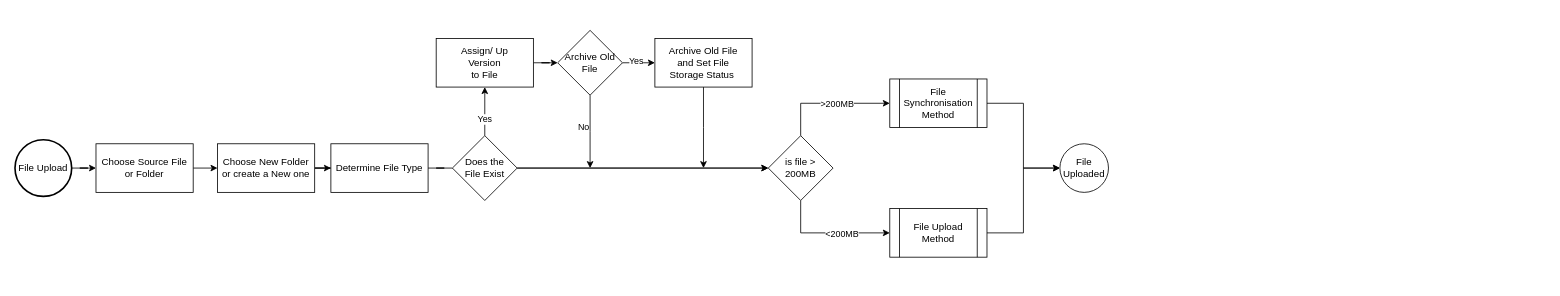
RichardHFerris/teststory keeps this draw.io diagram as Flow Chart - File Ingres.drawio. Above is the earlier version. Source tidied: cells renumbered, new cells numbered last; positions are measured from the earlier drawing's top-left corner, leaving out a move shared by most shapes. Both pictures are drawn from the tidied source at 81%, with x=0, y=0 at pixel (15, 30).
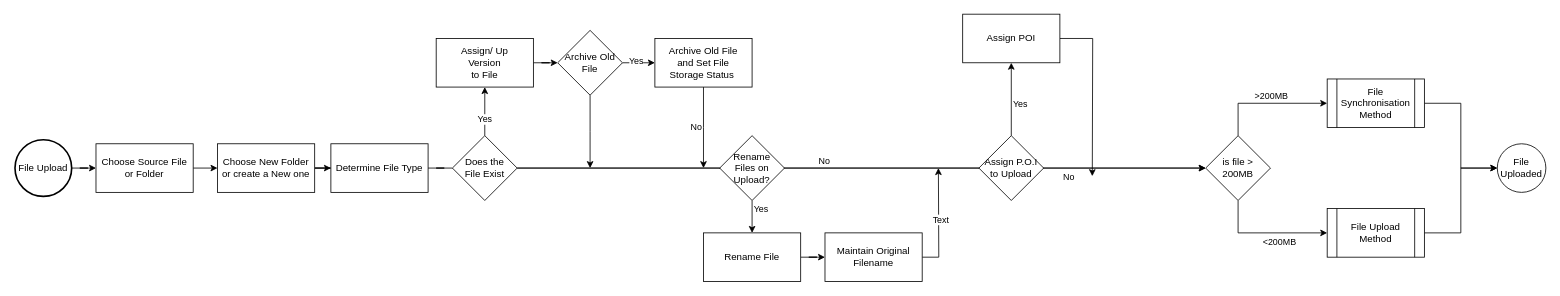
The same page after the edit.

Unchanged cells that the change refers to:
```xml
<mxCell id="3" style="edgeStyle=orthogonalEdgeStyle;rounded=0;jettySize=auto;html=1;exitX=0.5;exitY=0;exitDx=0;exitDy=0;entryX=0;entryY=0.5;entryDx=0;entryDy=0;" parent="1" edge="1" source="7" target="16">
  <mxGeometry relative="1" as="geometry" />
</mxCell>
<mxCell id="5" style="edgeStyle=orthogonalEdgeStyle;rounded=0;jettySize=auto;html=1;entryX=0;entryY=0.5;entryDx=0;entryDy=0;exitX=0.5;exitY=1;exitDx=0;exitDy=0;" parent="1" edge="1" source="7" target="18">
  <mxGeometry relative="1" as="geometry" />
</mxCell>
<mxCell id="26" value="Does the &lt;br&gt;File Exist" style="rhombus;whiteSpace=wrap;html=1;" parent="1" vertex="1">
  <mxGeometry x="540" y="130" width="80" height="80" as="geometry" />
</mxCell>
```

Change to the diagram source:
```diff
@@
     <mxCell id="4" value="&amp;gt;200MB" style="edgeLabel;html=1;align=center;verticalAlign=middle;" parent="3" vertex="1">
       <mxGeometry x="-0.19" y="-1" relative="1" as="geometry">
-        <mxPoint x="23" y="-1" as="offset" />
+        <mxPoint x="19" y="-11" as="offset" />
       </mxGeometry>
     </mxCell>
@@
     <mxCell id="6" value="&amp;lt;200MB" style="edgeLabel;html=1;align=center;verticalAlign=middle;" parent="5" vertex="1">
       <mxGeometry x="-0.05" y="-1" relative="1" as="geometry">
-        <mxPoint x="19" y="-1" as="offset" />
+        <mxPoint x="19" y="9" as="offset" />
       </mxGeometry>
     </mxCell>
     <mxCell id="7" value="is file &amp;gt; 200MB" style="rhombus;whiteSpace=wrap;html=1;" parent="1" vertex="1">
-      <mxGeometry x="930" y="130" width="80" height="80" as="geometry" />
+      <mxGeometry x="1470" y="130" width="80" height="80" as="geometry" />
     </mxCell>
@@
     <mxCell id="16" value="File Synchronisation Method" style="shape=process;whiteSpace=wrap;html=1;backgroundOutline=1;" parent="1" vertex="1">
-      <mxGeometry x="1080" y="60" width="120" height="60" as="geometry" />
+      <mxGeometry x="1620" y="60" width="120" height="60" as="geometry" />
     </mxCell>
@@
     <mxCell id="18" value="File Upload Method" style="shape=process;whiteSpace=wrap;html=1;backgroundOutline=1;" parent="1" vertex="1">
-      <mxGeometry x="1080" y="220" width="120" height="60" as="geometry" />
+      <mxGeometry x="1620" y="220" width="120" height="60" as="geometry" />
     </mxCell>
     <mxCell id="19" value="File Uploaded" style="ellipse;whiteSpace=wrap;html=1;" parent="1" vertex="1">
-      <mxGeometry x="1290" y="140" width="60" height="60" as="geometry" />
+      <mxGeometry x="1830" y="140" width="60" height="60" as="geometry" />
     </mxCell>
     <mxCell id="20" value="No" style="edgeStyle=orthogonalEdgeStyle;rounded=0;jettySize=auto;html=1;" parent="1" edge="1" source="26" target="7">
-      <mxGeometry x="-0.47" y="50" relative="1" as="geometry" />
+      <mxGeometry x="-0.48" y="50" relative="1" as="geometry" />
     </mxCell>
+    <mxCell id="34" value="No" style="edgeLabel;html=1;align=center;verticalAlign=middle;" parent="20" vertex="1">
+      <mxGeometry x="0.59" y="-3" relative="1" as="geometry">
+        <mxPoint x="4" y="7" as="offset" />
+      </mxGeometry>
+    </mxCell>
+    <mxCell id="35" value="No" style="edgeLabel;html=1;align=center;verticalAlign=middle;" parent="20" vertex="1">
+      <mxGeometry x="-0.11" y="-3" relative="1" as="geometry">
+        <mxPoint y="-13" as="offset" />
+      </mxGeometry>
+    </mxCell>
@@
+    <mxCell id="36" style="edgeStyle=orthogonalEdgeStyle;rounded=0;jettySize=auto;html=1;" parent="1" edge="1" source="38" target="40">
+      <mxGeometry relative="1" as="geometry" />
+    </mxCell>
+    <mxCell id="37" value="Yes" style="edgeLabel;html=1;align=center;verticalAlign=middle;" parent="36" vertex="1">
+      <mxGeometry x="-0.55" y="-2" relative="1" as="geometry">
+        <mxPoint x="12" y="1" as="offset" />
+      </mxGeometry>
+    </mxCell>
+    <mxCell id="38" value="Rename &lt;br&gt;Files on Upload?" style="rhombus;whiteSpace=wrap;html=1;" parent="1" vertex="1">
+      <mxGeometry x="870" y="130" width="80" height="80" as="geometry" />
+    </mxCell>
+    <mxCell id="39" style="edgeStyle=orthogonalEdgeStyle;rounded=0;jettySize=auto;html=1;" parent="1" edge="1" source="40" target="43">
+      <mxGeometry relative="1" as="geometry" />
+    </mxCell>
+    <mxCell id="40" value="Rename File" style="whiteSpace=wrap;html=1;" parent="1" vertex="1">
+      <mxGeometry x="850" y="250" width="120" height="60" as="geometry" />
+    </mxCell>
+    <mxCell id="41" style="edgeStyle=orthogonalEdgeStyle;rounded=0;jettySize=auto;html=1;exitX=1;exitY=0.5;exitDx=0;exitDy=0;" parent="1" edge="1" source="43">
+      <mxGeometry relative="1" as="geometry">
+        <mxPoint x="1140" y="170" as="targetPoint" />
+      </mxGeometry>
+    </mxCell>
+    <mxCell id="42" value="Text" style="edgeLabel;html=1;align=center;verticalAlign=middle;" parent="41" vertex="1">
+      <mxGeometry x="0.02" y="-2" relative="1" as="geometry" />
+    </mxCell>
+    <mxCell id="43" value="Maintain Original Filename" style="whiteSpace=wrap;html=1;" parent="1" vertex="1">
+      <mxGeometry x="1000" y="250" width="120" height="60" as="geometry" />
+    </mxCell>
+    <mxCell id="44" style="edgeStyle=orthogonalEdgeStyle;rounded=0;jettySize=auto;html=1;" parent="1" edge="1" source="46" target="48">
+      <mxGeometry relative="1" as="geometry" />
+    </mxCell>
+    <mxCell id="45" value="Yes" style="edgeLabel;html=1;align=center;verticalAlign=middle;" parent="44" vertex="1">
+      <mxGeometry x="-0.11" y="-3" relative="1" as="geometry">
+        <mxPoint x="7" as="offset" />
+      </mxGeometry>
+    </mxCell>
+    <mxCell id="46" value="Assign P.O.I to Upload" style="rhombus;whiteSpace=wrap;html=1;" parent="1" vertex="1">
+      <mxGeometry x="1190" y="130" width="80" height="80" as="geometry" />
+    </mxCell>
+    <mxCell id="47" style="edgeStyle=orthogonalEdgeStyle;rounded=0;jettySize=auto;html=1;" parent="1" edge="1" source="48">
+      <mxGeometry relative="1" as="geometry">
+        <mxPoint x="1330" y="180" as="targetPoint" />
+      </mxGeometry>
+    </mxCell>
+    <mxCell id="48" value="Assign POI" style="whiteSpace=wrap;html=1;" parent="1" vertex="1">
+      <mxGeometry x="1170" y="-20" width="120" height="60" as="geometry" />
+    </mxCell>
```
